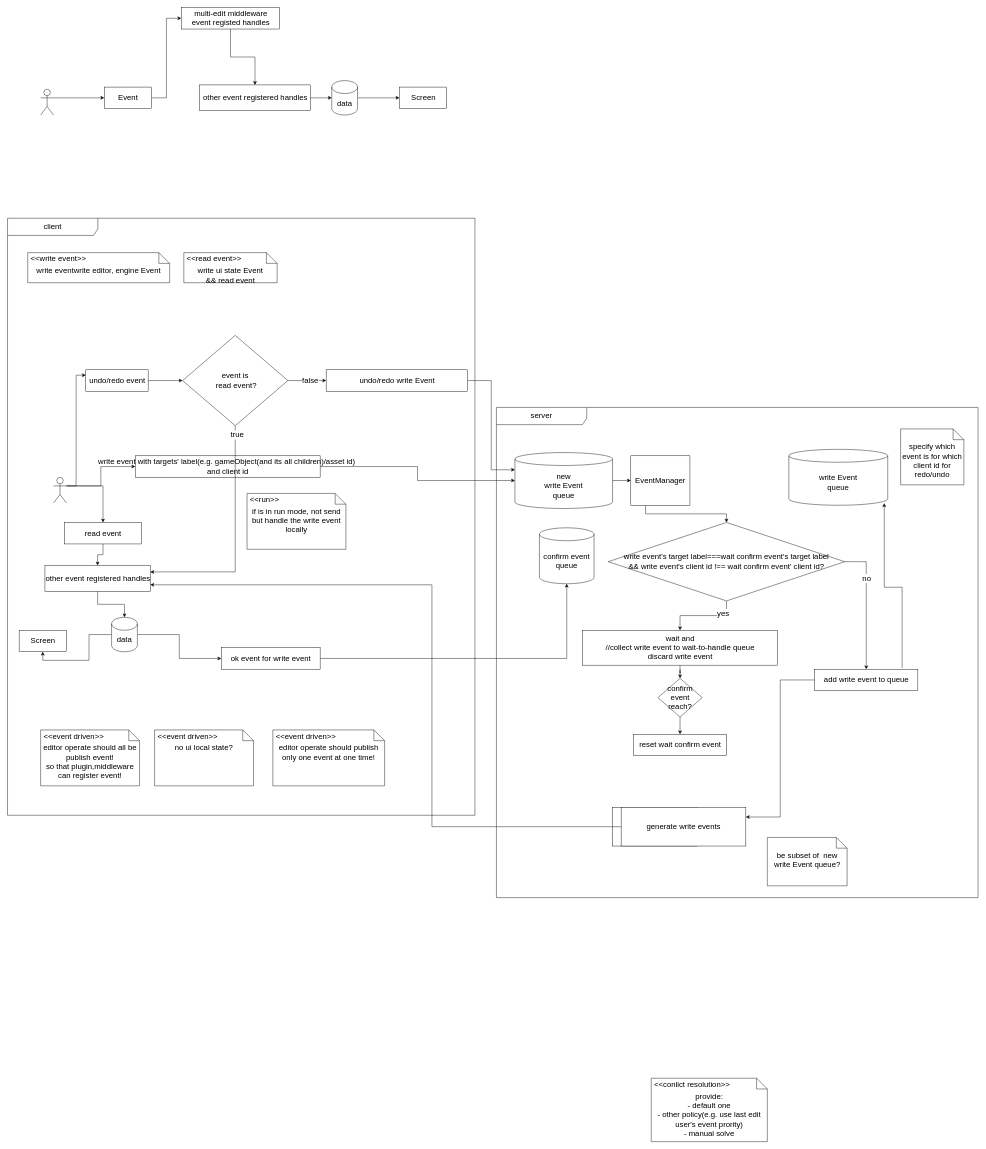
Earlier version of the draw.io diagram doc/editor/多人实时编辑设计.drawio (Wonder-Technology/Wonder.js). Source tidied: cells renumbered, new cells numbered last; positions are measured from the earlier drawing's top-left corner, leaving out a move shared by most shapes. Both pictures are drawn from the tidied source at 43%, with x=0, y=0 at pixel (7, 7).
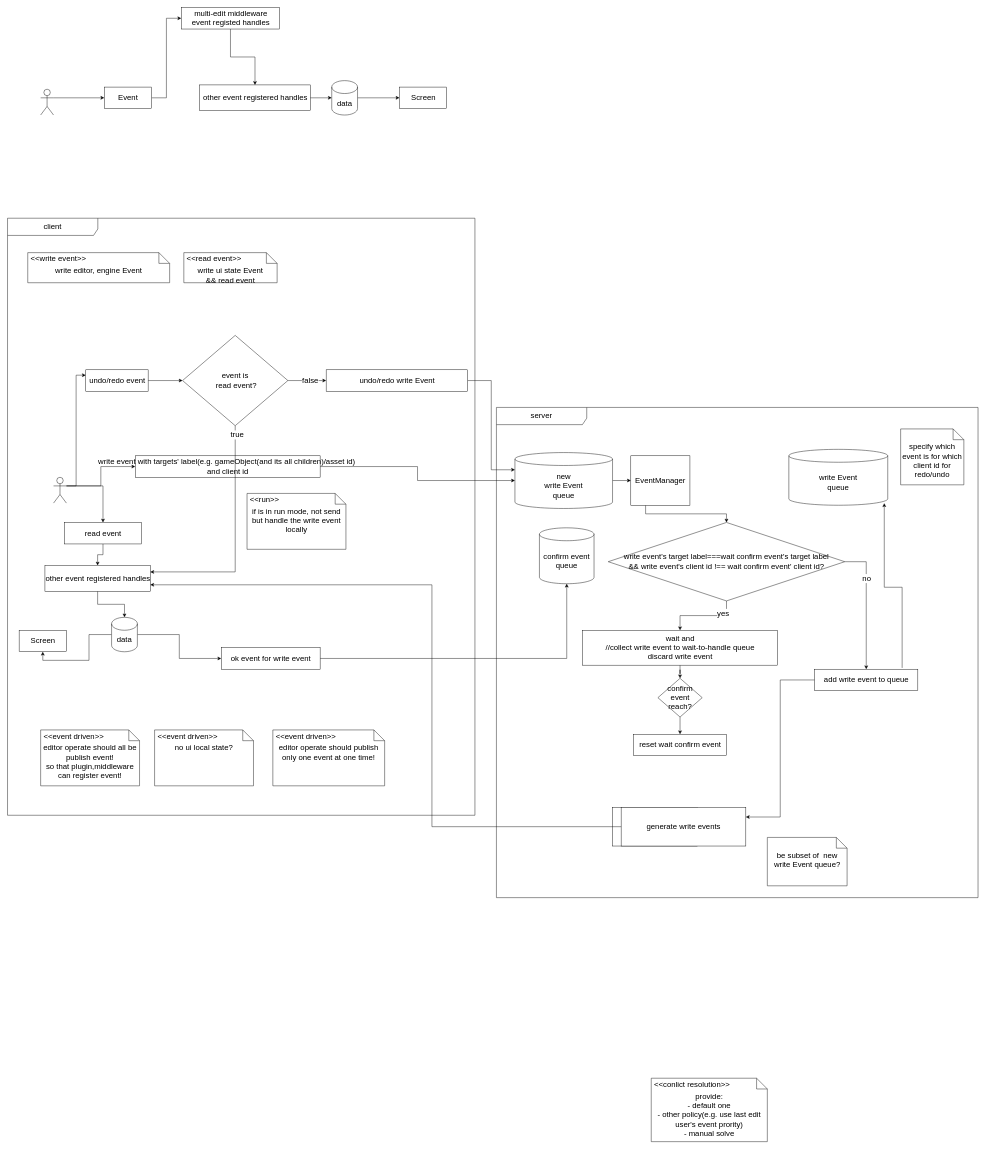
Above is the later version.

Change to the diagram source:
```diff
@@
-    <mxCell id="49" value="write eventwrite editor, engine Event" style="shape=note2;boundedLbl=1;whiteSpace=wrap;html=1;size=25;verticalAlign=top;align=center;fontSize=18;" parent="1" vertex="1">
+    <mxCell id="49" value="write editor, engine Event" style="shape=note2;boundedLbl=1;whiteSpace=wrap;html=1;size=25;verticalAlign=top;align=center;fontSize=18;" parent="1" vertex="1">
       <mxGeometry x="47" y="570" width="330" height="70" as="geometry" />
     </mxCell>
```
